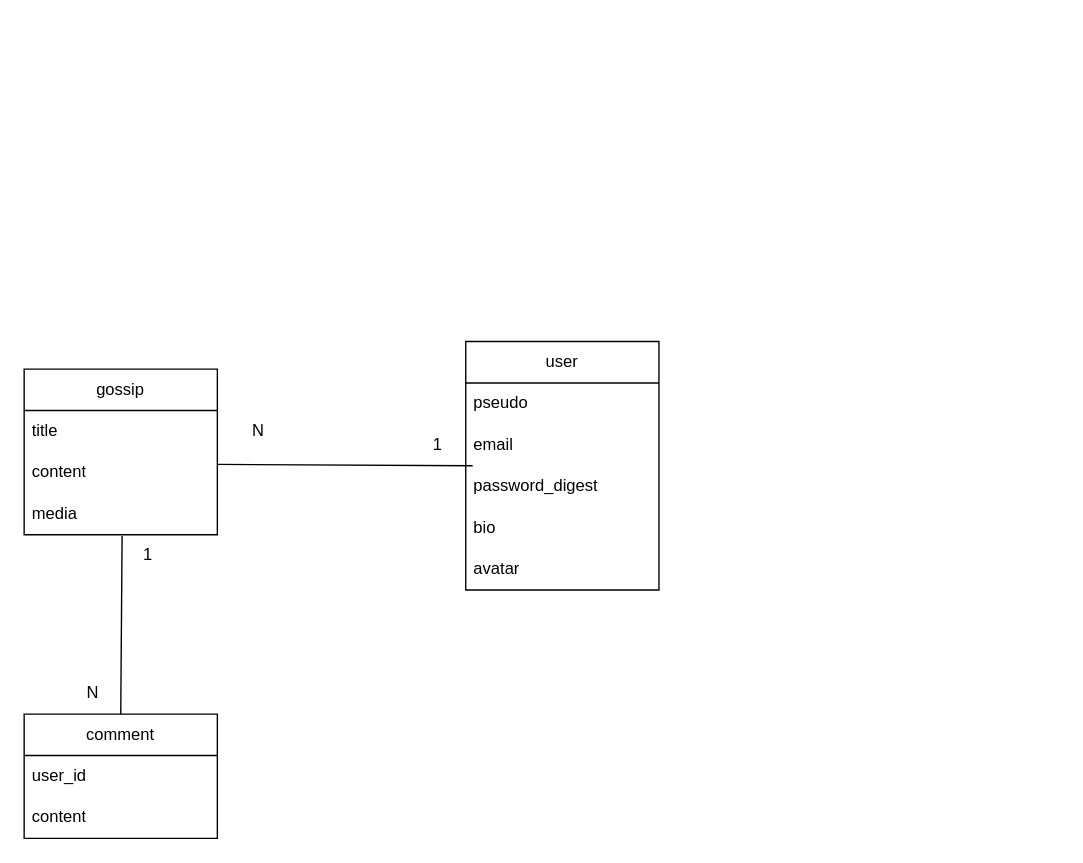
Before: relation.drawio in RosaBen/newGossipProject, a draw.io diagram. Source tidied: cells renumbered, new cells numbered last; positions are measured from the earlier drawing's top-left corner, leaving out a move shared by most shapes. Both pictures are drawn from the tidied source at 138%, with x=0, y=0 at pixel (23, 341).
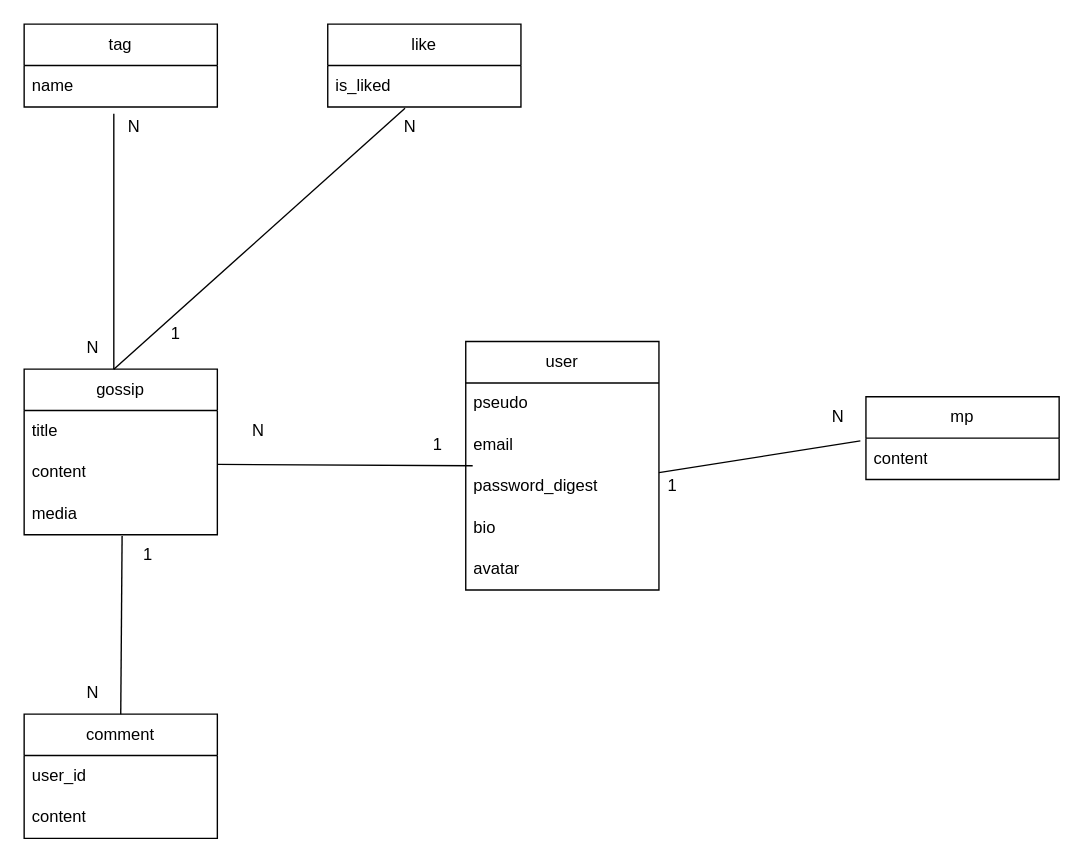
The same page after the edit.

What changed in the source:
```diff
@@
+    <mxCell id="21" value="tag" style="swimlane;fontStyle=0;horizontal=1;startSize=30;whiteSpace=wrap;html=1;" parent="1" vertex="1">
+      <mxGeometry y="-230" width="140" height="60" as="geometry" />
+    </mxCell>
+    <mxCell id="22" value="name" style="text;strokeColor=none;fillColor=none;align=left;verticalAlign=middle;spacingLeft=4;spacingRight=4;overflow=hidden;points=[[0,0.5],[1,0.5]];portConstraint=eastwest;whiteSpace=wrap;html=1;" parent="21" vertex="1">
+      <mxGeometry y="30" width="140" height="30" as="geometry" />
+    </mxCell>
+    <mxCell id="23" value="like" style="swimlane;fontStyle=0;horizontal=1;startSize=30;whiteSpace=wrap;html=1;" parent="1" vertex="1">
+      <mxGeometry x="220" y="-230" width="140" height="60" as="geometry" />
+    </mxCell>
+    <mxCell id="24" value="is_liked" style="text;strokeColor=none;fillColor=none;align=left;verticalAlign=middle;spacingLeft=4;spacingRight=4;overflow=hidden;points=[[0,0.5],[1,0.5]];portConstraint=eastwest;whiteSpace=wrap;html=1;" parent="23" vertex="1">
+      <mxGeometry y="30" width="140" height="30" as="geometry" />
+    </mxCell>
+    <mxCell id="25" style="endArrow=none;html=1;entryX=0.464;entryY=1.167;entryDx=0;entryDy=0;entryPerimeter=0;" parent="1" edge="1" target="22">
+      <mxGeometry relative="1" as="geometry">
+        <mxPoint x="65" y="20" as="sourcePoint" />
+      </mxGeometry>
+    </mxCell>
+    <mxCell id="26" value="N" style="text;html=1;align=center;verticalAlign=middle;whiteSpace=wrap;rounded=0;" parent="1" vertex="1">
+      <mxGeometry x="50" y="-170" width="60" height="30" as="geometry" />
+    </mxCell>
+    <mxCell id="27" value="N" style="text;html=1;align=center;verticalAlign=middle;whiteSpace=wrap;rounded=0;" parent="1" vertex="1">
+      <mxGeometry x="20" y="-10" width="60" height="30" as="geometry" />
+    </mxCell>
+    <mxCell id="28" style="endArrow=none;html=1;entryX=0.4;entryY=1.033;entryDx=0;entryDy=0;entryPerimeter=0;" parent="1" edge="1" target="24">
+      <mxGeometry relative="1" as="geometry">
+        <mxPoint x="65" y="20" as="sourcePoint" />
+      </mxGeometry>
+    </mxCell>
+    <mxCell id="29" value="N" style="text;html=1;align=center;verticalAlign=middle;whiteSpace=wrap;rounded=0;" parent="1" vertex="1">
+      <mxGeometry x="250" y="-170" width="60" height="30" as="geometry" />
+    </mxCell>
+    <mxCell id="30" value="mp" style="swimlane;fontStyle=0;horizontal=1;startSize=30;whiteSpace=wrap;html=1;" parent="1" vertex="1">
+      <mxGeometry x="610" y="40" width="140" height="60" as="geometry" />
+    </mxCell>
+    <mxCell id="31" value="content" style="text;strokeColor=none;fillColor=none;align=left;verticalAlign=middle;spacingLeft=4;spacingRight=4;overflow=hidden;points=[[0,0.5],[1,0.5]];portConstraint=eastwest;whiteSpace=wrap;html=1;" parent="30" vertex="1">
+      <mxGeometry y="30" width="140" height="30" as="geometry" />
+    </mxCell>
+    <mxCell id="32" style="endArrow=none;html=1;entryX=-0.029;entryY=0.067;entryDx=0;entryDy=0;entryPerimeter=0;" parent="1" edge="1" target="31">
+      <mxGeometry relative="1" as="geometry">
+        <mxPoint x="460" y="95" as="sourcePoint" />
+      </mxGeometry>
+    </mxCell>
+    <mxCell id="33" value="N" style="text;html=1;align=center;verticalAlign=middle;whiteSpace=wrap;rounded=0;" parent="1" vertex="1">
+      <mxGeometry x="560" y="40" width="60" height="30" as="geometry" />
+    </mxCell>
+    <mxCell id="34" value="1" style="text;html=1;align=center;verticalAlign=middle;whiteSpace=wrap;rounded=0;" parent="1" vertex="1">
+      <mxGeometry x="440" y="90" width="60" height="30" as="geometry" />
+    </mxCell>
+    <mxCell id="35" value="1" style="text;html=1;align=center;verticalAlign=middle;whiteSpace=wrap;rounded=0;" parent="1" vertex="1">
+      <mxGeometry x="80" y="-20" width="60" height="30" as="geometry" />
+    </mxCell>
```
